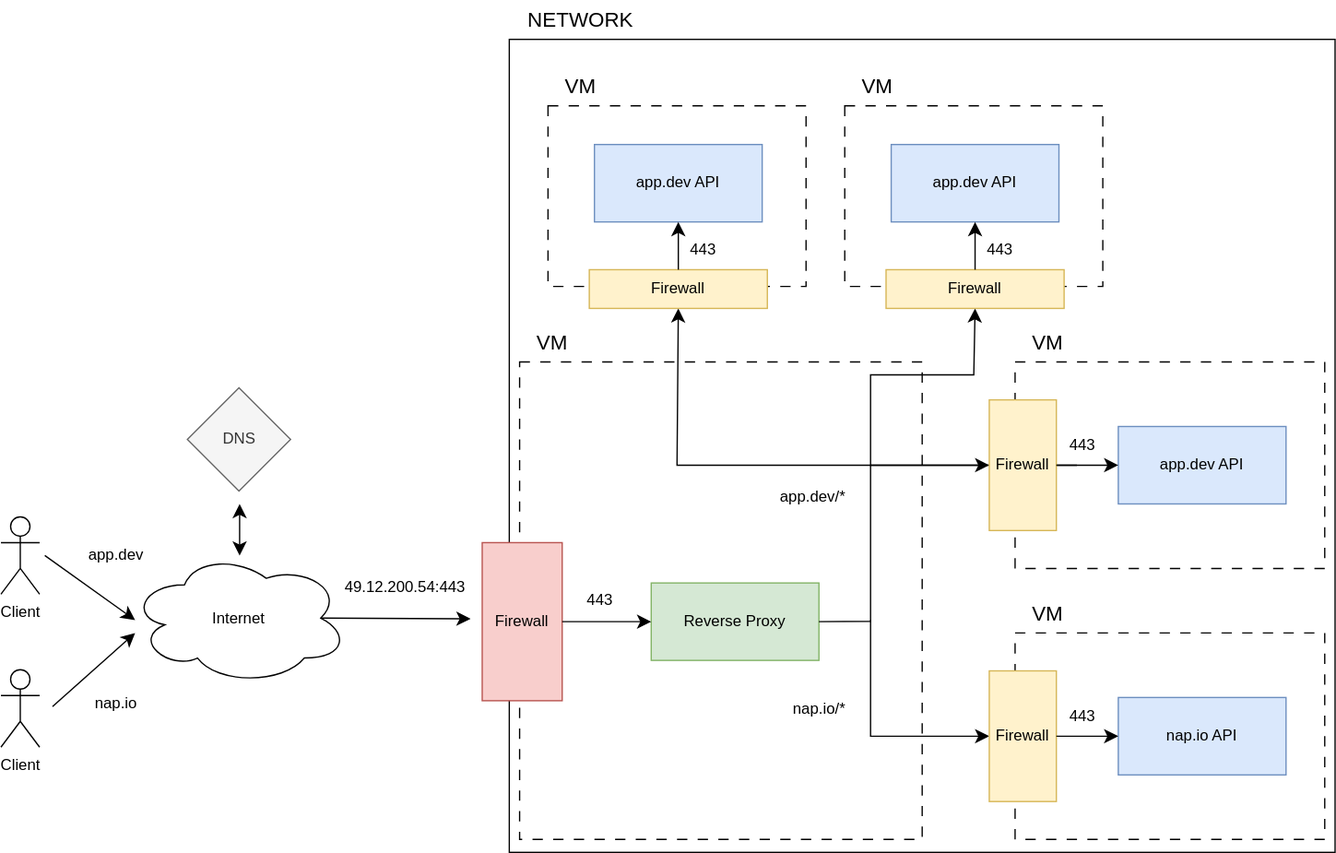
Earlier version of the draw.io export assets/lecture-10/deployments/complex.svg (course-go/lectures). Source tidied: cells renumbered, new cells last; positions are measured from the earlier drawing's top-left corner, leaving out a move shared by most shapes.
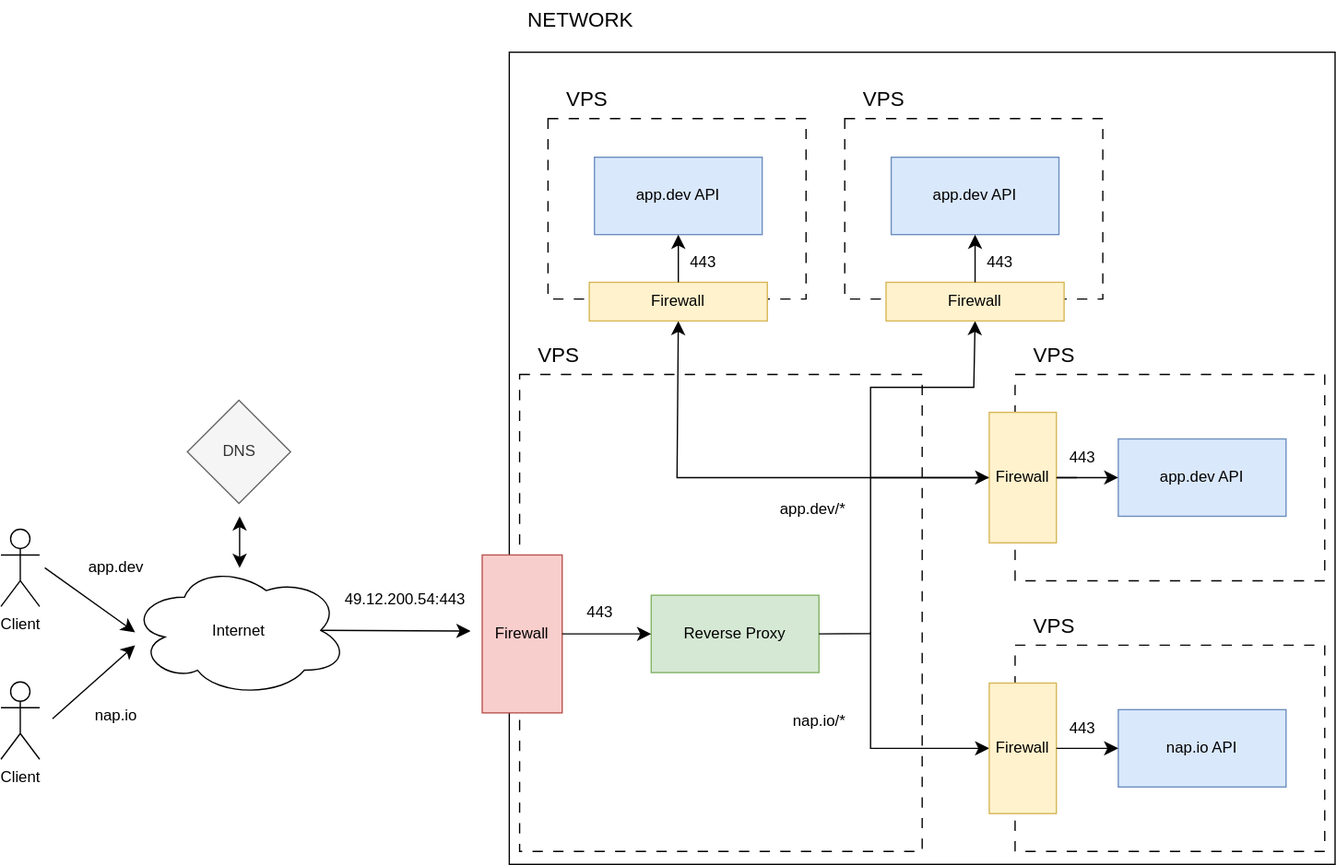
The same file after the commit.

What changed in the source:
```diff
@@ -8,8 +8,8 @@
     <mxCell id="3" style="rounded=0;whiteSpace=wrap;html=1;align=center;verticalAlign=middle;fontFamily=Helvetica;fontSize=12;fillColor=none;dashed=1;dashPattern=8 8;" parent="1" vertex="1">
       <mxGeometry x="402" y="280" width="312" height="370" as="geometry" />
     </mxCell>
-    <mxCell id="4" value="VM" style="text;html=1;align=center;verticalAlign=middle;strokeColor=none;fillColor=none;fontSize=16;fontFamily=Helvetica;fontColor=default;" parent="1" vertex="1">
-      <mxGeometry x="402" y="250" width="50" height="30" as="geometry" />
+    <mxCell id="4" value="VPS" style="text;html=1;align=center;verticalAlign=middle;strokeColor=none;fillColor=none;fontSize=16;fontFamily=Helvetica;fontColor=default;" parent="1" vertex="1">
+      <mxGeometry x="402" y="250" width="60" height="30" as="geometry" />
     </mxCell>
     <mxCell id="5" value="Reverse Proxy" style="rounded=0;whiteSpace=wrap;html=1;strokeColor=#82b366;align=center;verticalAlign=middle;fontFamily=Helvetica;fontSize=12;fillColor=#d5e8d4;" parent="1" vertex="1">
       <mxGeometry x="504" y="451.2" width="130" height="60" as="geometry" />
@@ -115,7 +115,7 @@
       <mxGeometry x="424" y="81.5" width="200" height="140" as="geometry" />
     </mxCell>
     <mxCell id="29" value="NETWORK" style="text;html=1;align=center;verticalAlign=middle;strokeColor=none;fillColor=none;fontSize=16;fontFamily=Helvetica;fontColor=default;" parent="1" vertex="1">
-      <mxGeometry x="394" width="110" height="30" as="geometry" />
+      <mxGeometry x="394" y="-10" width="110" height="30" as="geometry" />
     </mxCell>
     <mxCell id="30" value="app.dev API" style="rounded=0;whiteSpace=wrap;html=1;strokeColor=#6c8ebf;align=center;verticalAlign=middle;fontFamily=Helvetica;fontSize=12;fillColor=#dae8fc;" parent="1" vertex="1">
       <mxGeometry x="460" y="111.5" width="130" height="60" as="geometry" />
@@ -135,8 +135,8 @@
     <mxCell id="35" style="rounded=0;whiteSpace=wrap;html=1;align=center;verticalAlign=middle;fontFamily=Helvetica;fontSize=12;fillColor=none;dashed=1;dashPattern=8 8;" parent="1" vertex="1">
       <mxGeometry x="786" y="280" width="240" height="160" as="geometry" />
     </mxCell>
-    <mxCell id="36" value="VM" style="text;html=1;align=center;verticalAlign=middle;strokeColor=none;fillColor=none;fontSize=16;fontFamily=Helvetica;fontColor=default;" parent="1" vertex="1">
-      <mxGeometry x="786" y="250" width="50" height="30" as="geometry" />
+    <mxCell id="36" value="VPS" style="text;html=1;align=center;verticalAlign=middle;strokeColor=none;fillColor=none;fontSize=16;fontFamily=Helvetica;fontColor=default;" parent="1" vertex="1">
+      <mxGeometry x="786" y="250" width="60" height="30" as="geometry" />
     </mxCell>
     <mxCell id="37" value="app.dev API" style="rounded=0;whiteSpace=wrap;html=1;strokeColor=#6c8ebf;align=center;verticalAlign=middle;fontFamily=Helvetica;fontSize=12;fillColor=#dae8fc;" parent="1" vertex="1">
       <mxGeometry x="866" y="330" width="130" height="60" as="geometry" />
@@ -156,8 +156,8 @@
     <mxCell id="42" style="rounded=0;whiteSpace=wrap;html=1;align=center;verticalAlign=middle;fontFamily=Helvetica;fontSize=12;fillColor=none;dashed=1;dashPattern=8 8;" parent="1" vertex="1">
       <mxGeometry x="786" y="490" width="240" height="160" as="geometry" />
     </mxCell>
-    <mxCell id="43" value="VM" style="text;html=1;align=center;verticalAlign=middle;strokeColor=none;fillColor=none;fontSize=16;fontFamily=Helvetica;fontColor=default;" parent="1" vertex="1">
-      <mxGeometry x="786" y="460" width="50" height="30" as="geometry" />
+    <mxCell id="43" value="VPS" style="text;html=1;align=center;verticalAlign=middle;strokeColor=none;fillColor=none;fontSize=16;fontFamily=Helvetica;fontColor=default;" parent="1" vertex="1">
+      <mxGeometry x="786" y="460" width="60" height="30" as="geometry" />
     </mxCell>
     <mxCell id="44" value="nap.io API" style="rounded=0;whiteSpace=wrap;html=1;strokeColor=#6c8ebf;align=center;verticalAlign=middle;fontFamily=Helvetica;fontSize=12;fillColor=#dae8fc;" parent="1" vertex="1">
       <mxGeometry x="866" y="540" width="130" height="60" as="geometry" />
@@ -177,8 +177,8 @@
     <mxCell id="49" style="rounded=0;whiteSpace=wrap;html=1;align=center;verticalAlign=middle;fontFamily=Helvetica;fontSize=12;fillColor=none;dashed=1;dashPattern=8 8;" parent="1" vertex="1">
       <mxGeometry x="654" y="81.5" width="200" height="140" as="geometry" />
     </mxCell>
-    <mxCell id="50" value="VM" style="text;html=1;align=center;verticalAlign=middle;strokeColor=none;fillColor=none;fontSize=16;fontFamily=Helvetica;fontColor=default;" parent="1" vertex="1">
-      <mxGeometry x="654" y="51.5" width="50" height="30" as="geometry" />
+    <mxCell id="50" value="VPS" style="text;html=1;align=center;verticalAlign=middle;strokeColor=none;fillColor=none;fontSize=16;fontFamily=Helvetica;fontColor=default;" parent="1" vertex="1">
+      <mxGeometry x="654" y="51.5" width="60" height="30" as="geometry" />
     </mxCell>
     <mxCell id="51" value="app.dev API" style="rounded=0;whiteSpace=wrap;html=1;strokeColor=#6c8ebf;align=center;verticalAlign=middle;fontFamily=Helvetica;fontSize=12;fillColor=#dae8fc;" parent="1" vertex="1">
       <mxGeometry x="690" y="111.5" width="130" height="60" as="geometry" />
@@ -195,8 +195,8 @@
     <mxCell id="55" style="edgeLabel;html=1;align=center;verticalAlign=middle;fontSize=12;strokeColor=#0e8088;fontFamily=Helvetica;fontColor=default;fillColor=#CFE3E6;" parent="54" vertex="1">
       <mxGeometry x="-0.25" relative="1" as="geometry" />
     </mxCell>
-    <mxCell id="56" value="VM" style="text;html=1;align=center;verticalAlign=middle;strokeColor=none;fillColor=none;fontSize=16;fontFamily=Helvetica;fontColor=default;" parent="1" vertex="1">
-      <mxGeometry x="424" y="51.5" width="50" height="30" as="geometry" />
+    <mxCell id="56" value="VPS" style="text;html=1;align=center;verticalAlign=middle;strokeColor=none;fillColor=none;fontSize=16;fontFamily=Helvetica;fontColor=default;" parent="1" vertex="1">
+      <mxGeometry x="424" y="51.5" width="60" height="30" as="geometry" />
     </mxCell>
   </root>
 </mxGraphModel>
```
